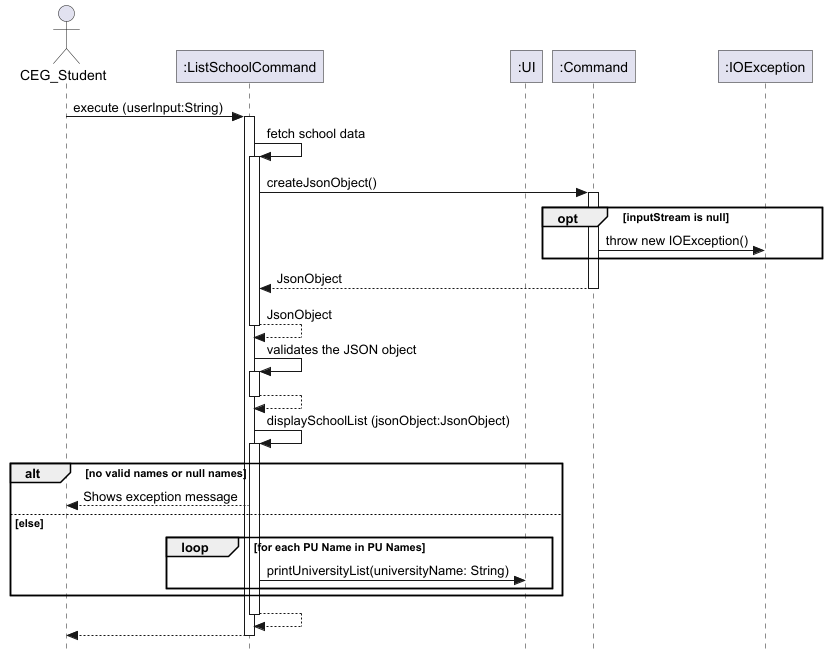
Above: docs/images/ListSchoolsCommand.png in nus-cs2113-AY2425S1/tp (PlantUML), before the change.
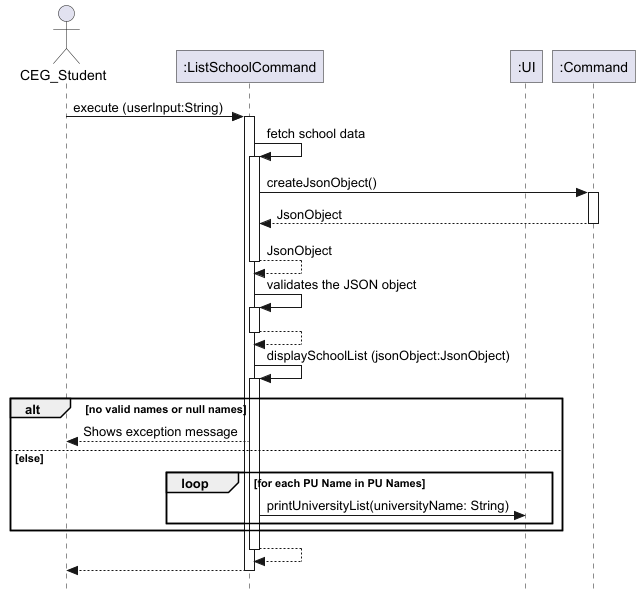
After the commit.

Commit message:
Remove unwanted exception to match valid use case

Diff of the diagram source:
```diff
@@ -7,7 +7,6 @@
 participant ":ListSchoolCommand" as ListSchoolCommand
 participant ":UI" as UI
 participant ":Command" as Command
-participant ":IOException" as IOException
 
 CEG_Student -> ListSchoolCommand: execute (userInput:String)
 activate ListSchoolCommand
@@ -17,10 +16,6 @@
 
 ListSchoolCommand -> Command: createJsonObject()
 activate Command
-
-opt inputStream is null
-    Command -> IOException: throw new IOException()
-end
 
 Command --> ListSchoolCommand: JsonObject
 deactivate Command
```
